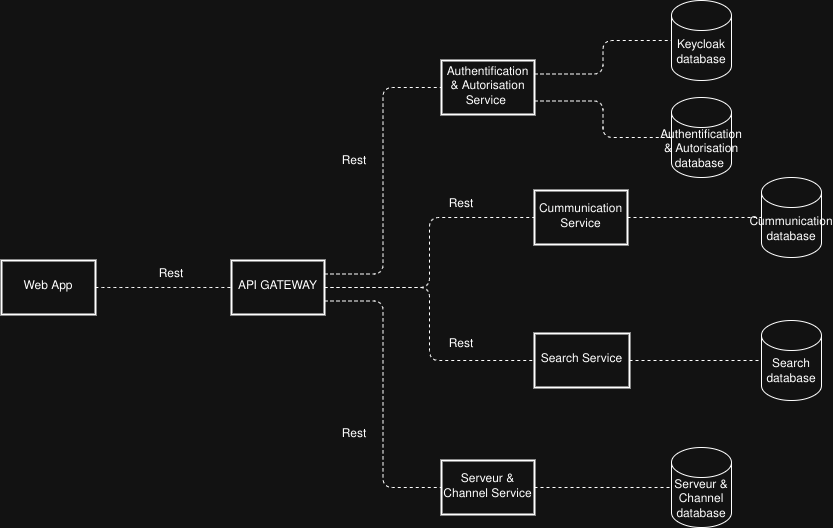
Before: diagramme/Architecture-Diagram.drawio.png, a diagram exported from draw.io (benoit-planche/tda-beep). Source tidied: cells renumbered, new cells last; positions are measured from the earlier drawing's top-left corner, leaving out a move shared by most shapes. Its diagram source:
```xml
<mxGraphModel>
  <root>
    <mxCell id="0" />
    <mxCell id="1" parent="0" />
    <mxCell id="2" value="Web App" style="whiteSpace=wrap;strokeWidth=2;" parent="1" vertex="1">
      <mxGeometry y="260" width="94" height="54" as="geometry" />
    </mxCell>
    <mxCell id="3" value="API GATEWAY" style="whiteSpace=wrap;strokeWidth=2;" parent="1" vertex="1">
      <mxGeometry x="230" y="260" width="93" height="54" as="geometry" />
    </mxCell>
    <mxCell id="4" style="curved=1;startArrow=none;endArrow=none;exitX=1;exitY=0.5;entryX=0;entryY=0.5;exitDx=0;exitDy=0;entryDx=0;entryDy=0;dashed=1;startFill=0;rounded=0;shadow=0;fontColor=none;noLabel=1;textShadow=0;" parent="1" edge="1" source="2" target="3">
      <mxGeometry relative="1" as="geometry" />
    </mxCell>
    <mxCell id="5" value="Authentification &amp; Autorisation Service " style="whiteSpace=wrap;strokeWidth=2;" parent="1" vertex="1">
      <mxGeometry x="440" y="60" width="93" height="54" as="geometry" />
    </mxCell>
    <mxCell id="6" style="startArrow=none;endArrow=none;exitX=1;exitY=0.25;entryX=0;entryY=0.5;exitDx=0;exitDy=0;entryDx=0;entryDy=0;edgeStyle=orthogonalEdgeStyle;dashed=1;startFill=0;" parent="1" edge="1" source="3" target="5">
      <mxGeometry relative="1" as="geometry" />
    </mxCell>
    <mxCell id="7" value="Cummunication Service" style="whiteSpace=wrap;strokeWidth=2;" parent="1" vertex="1">
      <mxGeometry x="533" y="190" width="93" height="54" as="geometry" />
    </mxCell>
    <mxCell id="8" value="Search Service" style="whiteSpace=wrap;strokeWidth=2;" parent="1" vertex="1">
      <mxGeometry x="533" y="333" width="95" height="54" as="geometry" />
    </mxCell>
    <mxCell id="9" value="Serveur &amp; Channel Service" style="whiteSpace=wrap;strokeWidth=2;" parent="1" vertex="1">
      <mxGeometry x="440" y="460" width="93" height="54" as="geometry" />
    </mxCell>
    <mxCell id="10" style="startArrow=none;endArrow=none;exitX=1;exitY=0.5;entryX=0;entryY=0.5;exitDx=0;exitDy=0;entryDx=0;entryDy=0;edgeStyle=orthogonalEdgeStyle;dashed=1;startFill=0;" parent="1" edge="1" source="3" target="7">
      <mxGeometry relative="1" as="geometry" />
    </mxCell>
    <mxCell id="11" style="startArrow=none;endArrow=none;exitX=1;exitY=0.5;entryX=0;entryY=0.5;exitDx=0;exitDy=0;entryDx=0;entryDy=0;edgeStyle=orthogonalEdgeStyle;dashed=1;startFill=0;" parent="1" edge="1" source="3" target="8">
      <mxGeometry relative="1" as="geometry" />
    </mxCell>
    <mxCell id="12" style="startArrow=none;endArrow=none;exitX=1;exitY=0.75;entryX=0;entryY=0.5;exitDx=0;exitDy=0;entryDx=0;entryDy=0;edgeStyle=orthogonalEdgeStyle;dashed=1;startFill=0;" parent="1" edge="1" source="3" target="9">
      <mxGeometry relative="1" as="geometry" />
    </mxCell>
    <mxCell id="13" value="Authentification &amp;amp; Autorisation database&lt;span style=&quot;background-color: transparent; color: light-dark(rgb(0, 0, 0), rgb(255, 255, 255));&quot;&gt;&amp;nbsp;&lt;/span&gt;" style="shape=cylinder3;whiteSpace=wrap;html=1;boundedLbl=1;backgroundOutline=1;size=15;" parent="1" vertex="1">
      <mxGeometry x="670" y="97" width="60" height="80" as="geometry" />
    </mxCell>
    <mxCell id="14" value="Cummunication database" style="shape=cylinder3;whiteSpace=wrap;html=1;boundedLbl=1;backgroundOutline=1;size=15;" parent="1" vertex="1">
      <mxGeometry x="760" y="177" width="60" height="80" as="geometry" />
    </mxCell>
    <mxCell id="15" value="Search database" style="shape=cylinder3;whiteSpace=wrap;html=1;boundedLbl=1;backgroundOutline=1;size=15;" parent="1" vertex="1">
      <mxGeometry x="760" y="320" width="60" height="80" as="geometry" />
    </mxCell>
    <mxCell id="16" value="Serveur &amp;amp; Channel database" style="shape=cylinder3;whiteSpace=wrap;html=1;boundedLbl=1;backgroundOutline=1;size=15;" parent="1" vertex="1">
      <mxGeometry x="670" y="447" width="60" height="80" as="geometry" />
    </mxCell>
    <mxCell id="17" value="Keycloak database" style="shape=cylinder3;whiteSpace=wrap;html=1;boundedLbl=1;backgroundOutline=1;size=15;" parent="1" vertex="1">
      <mxGeometry x="670" width="60" height="80" as="geometry" />
    </mxCell>
    <mxCell id="18" style="startArrow=none;endArrow=none;exitX=1;exitY=0.25;entryX=0;entryY=0.5;exitDx=0;exitDy=0;entryDx=0;entryDy=0;edgeStyle=orthogonalEdgeStyle;dashed=1;startFill=0;entryPerimeter=0;" parent="1" edge="1" source="5" target="17">
      <mxGeometry relative="1" as="geometry" />
    </mxCell>
    <mxCell id="19" style="startArrow=none;endArrow=none;exitX=1;exitY=0.75;entryX=0;entryY=0.5;exitDx=0;exitDy=0;entryDx=0;entryDy=0;edgeStyle=orthogonalEdgeStyle;dashed=1;startFill=0;entryPerimeter=0;" parent="1" edge="1" source="5" target="13">
      <mxGeometry relative="1" as="geometry" />
    </mxCell>
    <mxCell id="20" style="startArrow=none;endArrow=none;exitX=1;exitY=0.5;entryX=0;entryY=0.5;exitDx=0;exitDy=0;entryDx=0;entryDy=0;edgeStyle=orthogonalEdgeStyle;dashed=1;startFill=0;entryPerimeter=0;" parent="1" edge="1" source="7" target="14">
      <mxGeometry relative="1" as="geometry" />
    </mxCell>
    <mxCell id="21" style="startArrow=none;endArrow=none;exitX=1;exitY=0.5;entryX=0;entryY=0.5;exitDx=0;exitDy=0;entryDx=0;entryDy=0;edgeStyle=orthogonalEdgeStyle;dashed=1;startFill=0;entryPerimeter=0;" parent="1" edge="1" source="8" target="15">
      <mxGeometry relative="1" as="geometry" />
    </mxCell>
    <mxCell id="22" style="startArrow=none;endArrow=none;exitX=1;exitY=0.5;entryX=0;entryY=0.5;exitDx=0;exitDy=0;entryDx=0;entryDy=0;edgeStyle=orthogonalEdgeStyle;dashed=1;startFill=0;entryPerimeter=0;" parent="1" edge="1" source="9" target="16">
      <mxGeometry relative="1" as="geometry" />
    </mxCell>
    <mxCell id="23" value="Rest" style="text;html=1;align=center;verticalAlign=middle;whiteSpace=wrap;rounded=0;" parent="1" vertex="1">
      <mxGeometry x="140" y="260" width="60" height="30" as="geometry" />
    </mxCell>
    <mxCell id="24" value="Rest" style="text;html=1;align=center;verticalAlign=middle;whiteSpace=wrap;rounded=0;" parent="1" vertex="1">
      <mxGeometry x="323" y="147" width="60" height="30" as="geometry" />
    </mxCell>
    <mxCell id="25" value="Rest" style="text;html=1;align=center;verticalAlign=middle;whiteSpace=wrap;rounded=0;" parent="1" vertex="1">
      <mxGeometry x="430" y="190" width="60" height="30" as="geometry" />
    </mxCell>
    <mxCell id="26" value="Rest" style="text;html=1;align=center;verticalAlign=middle;whiteSpace=wrap;rounded=0;" parent="1" vertex="1">
      <mxGeometry x="430" y="330" width="60" height="30" as="geometry" />
    </mxCell>
    <mxCell id="27" value="Rest" style="text;html=1;align=center;verticalAlign=middle;whiteSpace=wrap;rounded=0;" parent="1" vertex="1">
      <mxGeometry x="323" y="420" width="60" height="30" as="geometry" />
    </mxCell>
  </root>
</mxGraphModel>
```
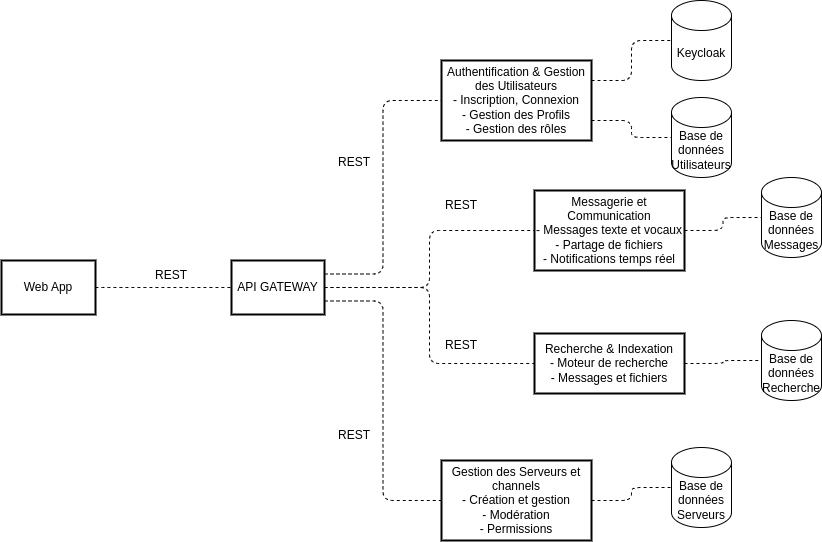
The same file after the commit.

The edit, as a diff of the source:
```diff
@@ -11,20 +11,20 @@
     <mxCell id="4" style="curved=1;startArrow=none;endArrow=none;exitX=1;exitY=0.5;entryX=0;entryY=0.5;exitDx=0;exitDy=0;entryDx=0;entryDy=0;dashed=1;startFill=0;rounded=0;shadow=0;fontColor=none;noLabel=1;textShadow=0;" parent="1" edge="1" source="2" target="3">
       <mxGeometry relative="1" as="geometry" />
     </mxCell>
-    <mxCell id="5" value="Authentification &amp; Autorisation Service " style="whiteSpace=wrap;strokeWidth=2;" parent="1" vertex="1">
-      <mxGeometry x="440" y="60" width="93" height="54" as="geometry" />
+    <mxCell id="5" value="Authentification &amp; Gestion des Utilisateurs&#10;- Inscription, Connexion&#10;- Gestion des Profils&#10;- Gestion des rôles" style="whiteSpace=wrap;strokeWidth=2;" parent="1" vertex="1">
+      <mxGeometry x="440" y="60" width="150" height="80" as="geometry" />
     </mxCell>
     <mxCell id="6" style="startArrow=none;endArrow=none;exitX=1;exitY=0.25;entryX=0;entryY=0.5;exitDx=0;exitDy=0;entryDx=0;entryDy=0;edgeStyle=orthogonalEdgeStyle;dashed=1;startFill=0;" parent="1" edge="1" source="3" target="5">
       <mxGeometry relative="1" as="geometry" />
     </mxCell>
-    <mxCell id="7" value="Cummunication Service" style="whiteSpace=wrap;strokeWidth=2;" parent="1" vertex="1">
-      <mxGeometry x="533" y="190" width="93" height="54" as="geometry" />
+    <mxCell id="7" value="Messagerie et Communication&#10;- Messages texte et vocaux&#10;- Partage de fichiers&#10;- Notifications temps réel" style="whiteSpace=wrap;strokeWidth=2;" parent="1" vertex="1">
+      <mxGeometry x="533" y="190" width="150" height="80" as="geometry" />
     </mxCell>
-    <mxCell id="8" value="Search Service" style="whiteSpace=wrap;strokeWidth=2;" parent="1" vertex="1">
-      <mxGeometry x="533" y="333" width="95" height="54" as="geometry" />
+    <mxCell id="8" value="Recherche &amp; Indexation&#10;- Moteur de recherche&#10;- Messages et fichiers" style="whiteSpace=wrap;strokeWidth=2;" parent="1" vertex="1">
+      <mxGeometry x="533" y="333" width="150" height="60" as="geometry" />
     </mxCell>
-    <mxCell id="9" value="Serveur &amp; Channel Service" style="whiteSpace=wrap;strokeWidth=2;" parent="1" vertex="1">
-      <mxGeometry x="440" y="460" width="93" height="54" as="geometry" />
+    <mxCell id="9" value="Gestion des Serveurs et channels&#10;- Création et gestion&#10;- Modération&#10;- Permissions" style="whiteSpace=wrap;strokeWidth=2;" parent="1" vertex="1">
+      <mxGeometry x="440" y="460" width="150" height="80" as="geometry" />
     </mxCell>
     <mxCell id="10" style="startArrow=none;endArrow=none;exitX=1;exitY=0.5;entryX=0;entryY=0.5;exitDx=0;exitDy=0;entryDx=0;entryDy=0;edgeStyle=orthogonalEdgeStyle;dashed=1;startFill=0;" parent="1" edge="1" source="3" target="7">
       <mxGeometry relative="1" as="geometry" />
@@ -35,19 +35,19 @@
     <mxCell id="12" style="startArrow=none;endArrow=none;exitX=1;exitY=0.75;entryX=0;entryY=0.5;exitDx=0;exitDy=0;entryDx=0;entryDy=0;edgeStyle=orthogonalEdgeStyle;dashed=1;startFill=0;" parent="1" edge="1" source="3" target="9">
       <mxGeometry relative="1" as="geometry" />
     </mxCell>
-    <mxCell id="13" value="Authentification &amp;amp; Autorisation database&lt;span style=&quot;background-color: transparent; color: light-dark(rgb(0, 0, 0), rgb(255, 255, 255));&quot;&gt;&amp;nbsp;&lt;/span&gt;" style="shape=cylinder3;whiteSpace=wrap;html=1;boundedLbl=1;backgroundOutline=1;size=15;" parent="1" vertex="1">
+    <mxCell id="13" value="Base de données&#10;Utilisateurs" style="shape=cylinder3;whiteSpace=wrap;html=1;boundedLbl=1;backgroundOutline=1;size=15;" parent="1" vertex="1">
       <mxGeometry x="670" y="97" width="60" height="80" as="geometry" />
     </mxCell>
-    <mxCell id="14" value="Cummunication database" style="shape=cylinder3;whiteSpace=wrap;html=1;boundedLbl=1;backgroundOutline=1;size=15;" parent="1" vertex="1">
+    <mxCell id="14" value="Base de données&#10;Messages" style="shape=cylinder3;whiteSpace=wrap;html=1;boundedLbl=1;backgroundOutline=1;size=15;" parent="1" vertex="1">
       <mxGeometry x="760" y="177" width="60" height="80" as="geometry" />
     </mxCell>
-    <mxCell id="15" value="Search database" style="shape=cylinder3;whiteSpace=wrap;html=1;boundedLbl=1;backgroundOutline=1;size=15;" parent="1" vertex="1">
+    <mxCell id="15" value="Base de données&#10;Recherche" style="shape=cylinder3;whiteSpace=wrap;html=1;boundedLbl=1;backgroundOutline=1;size=15;" parent="1" vertex="1">
       <mxGeometry x="760" y="320" width="60" height="80" as="geometry" />
     </mxCell>
-    <mxCell id="16" value="Serveur &amp;amp; Channel database" style="shape=cylinder3;whiteSpace=wrap;html=1;boundedLbl=1;backgroundOutline=1;size=15;" parent="1" vertex="1">
+    <mxCell id="16" value="Base de données&#10;Serveurs" style="shape=cylinder3;whiteSpace=wrap;html=1;boundedLbl=1;backgroundOutline=1;size=15;" parent="1" vertex="1">
       <mxGeometry x="670" y="447" width="60" height="80" as="geometry" />
     </mxCell>
-    <mxCell id="17" value="Keycloak database" style="shape=cylinder3;whiteSpace=wrap;html=1;boundedLbl=1;backgroundOutline=1;size=15;" parent="1" vertex="1">
+    <mxCell id="17" value="Keycloak" style="shape=cylinder3;whiteSpace=wrap;html=1;boundedLbl=1;backgroundOutline=1;size=15;" parent="1" vertex="1">
       <mxGeometry x="670" width="60" height="80" as="geometry" />
     </mxCell>
     <mxCell id="18" style="startArrow=none;endArrow=none;exitX=1;exitY=0.25;entryX=0;entryY=0.5;exitDx=0;exitDy=0;entryDx=0;entryDy=0;edgeStyle=orthogonalEdgeStyle;dashed=1;startFill=0;entryPerimeter=0;" parent="1" edge="1" source="5" target="17">
@@ -65,19 +65,19 @@
     <mxCell id="22" style="startArrow=none;endArrow=none;exitX=1;exitY=0.5;entryX=0;entryY=0.5;exitDx=0;exitDy=0;entryDx=0;entryDy=0;edgeStyle=orthogonalEdgeStyle;dashed=1;startFill=0;entryPerimeter=0;" parent="1" edge="1" source="9" target="16">
       <mxGeometry relative="1" as="geometry" />
     </mxCell>
-    <mxCell id="23" value="Rest" style="text;html=1;align=center;verticalAlign=middle;whiteSpace=wrap;rounded=0;" parent="1" vertex="1">
+    <mxCell id="23" value="REST" style="text;html=1;align=center;verticalAlign=middle;whiteSpace=wrap;rounded=0;" parent="1" vertex="1">
       <mxGeometry x="140" y="260" width="60" height="30" as="geometry" />
     </mxCell>
-    <mxCell id="24" value="Rest" style="text;html=1;align=center;verticalAlign=middle;whiteSpace=wrap;rounded=0;" parent="1" vertex="1">
+    <mxCell id="24" value="REST" style="text;html=1;align=center;verticalAlign=middle;whiteSpace=wrap;rounded=0;" parent="1" vertex="1">
       <mxGeometry x="323" y="147" width="60" height="30" as="geometry" />
     </mxCell>
-    <mxCell id="25" value="Rest" style="text;html=1;align=center;verticalAlign=middle;whiteSpace=wrap;rounded=0;" parent="1" vertex="1">
+    <mxCell id="25" value="REST" style="text;html=1;align=center;verticalAlign=middle;whiteSpace=wrap;rounded=0;" parent="1" vertex="1">
       <mxGeometry x="430" y="190" width="60" height="30" as="geometry" />
     </mxCell>
-    <mxCell id="26" value="Rest" style="text;html=1;align=center;verticalAlign=middle;whiteSpace=wrap;rounded=0;" parent="1" vertex="1">
+    <mxCell id="26" value="REST" style="text;html=1;align=center;verticalAlign=middle;whiteSpace=wrap;rounded=0;" parent="1" vertex="1">
       <mxGeometry x="430" y="330" width="60" height="30" as="geometry" />
     </mxCell>
-    <mxCell id="27" value="Rest" style="text;html=1;align=center;verticalAlign=middle;whiteSpace=wrap;rounded=0;" parent="1" vertex="1">
+    <mxCell id="27" value="REST" style="text;html=1;align=center;verticalAlign=middle;whiteSpace=wrap;rounded=0;" parent="1" vertex="1">
       <mxGeometry x="323" y="420" width="60" height="30" as="geometry" />
     </mxCell>
   </root>
```
